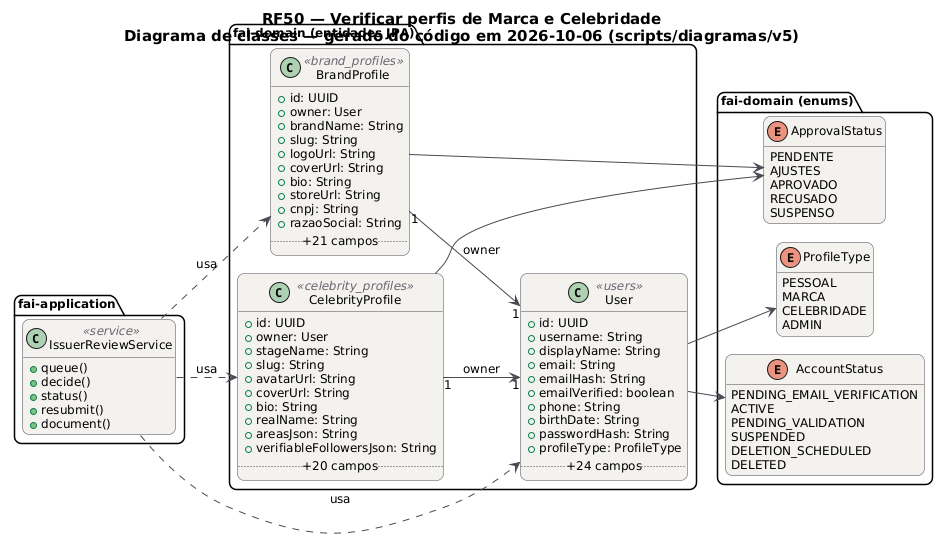
Before: docs/diagramas/RF50/RF50_Classes.png, a diagram exported from PlantUML (MatheusHaliski/tcc-2026-fashion-ai-backend). Its diagram source:
```plantuml
@startuml RF50_Classes
!pragma layout smetana
skinparam backgroundColor #FFFFFF
skinparam shadowing false
skinparam defaultFontName "DejaVu Sans"
skinparam defaultFontSize 12
skinparam titleFontSize 15
skinparam roundcorner 14
skinparam ArrowColor #52606D
skinparam note {
  BackgroundColor #FFFDEB
  BorderColor #D8CE78
  FontColor #554F24
}
skinparam class {
  BackgroundColor #F4F2EF
  BorderColor #4A4852
  ArrowColor #4A4852
  StereotypeFontColor #6B6470
}
hide empty members
left to right direction
title RF50 — Verificar perfis de Marca e Celebridade\nDiagrama de classes — gerado do código em 2026-10-06 (scripts/diagramas/v5)

package "fai-domain (entidades JPA)" {
  class BrandProfile <<brand_profiles>> {
    +id: UUID
    +owner: User
    +brandName: String
    +slug: String
    +logoUrl: String
    +coverUrl: String
    +bio: String
    +storeUrl: String
    +cnpj: String
    +razaoSocial: String
    .. +21 campos ..
  }
  class CelebrityProfile <<celebrity_profiles>> {
    +id: UUID
    +owner: User
    +stageName: String
    +slug: String
    +avatarUrl: String
    +coverUrl: String
    +bio: String
    +realName: String
    +areasJson: String
    +verifiableFollowersJson: String
    .. +20 campos ..
  }
  class User <<users>> {
    +id: UUID
    +username: String
    +displayName: String
    +email: String
    +emailHash: String
    +emailVerified: boolean
    +phone: String
    +birthDate: String
    +passwordHash: String
    +profileType: ProfileType
    .. +24 campos ..
  }
}
package "fai-domain (enums)" {
  enum ApprovalStatus {
    PENDENTE
    AJUSTES
    APROVADO
    RECUSADO
    SUSPENSO
  }
  enum AccountStatus {
    PENDING_EMAIL_VERIFICATION
    ACTIVE
    PENDING_VALIDATION
    SUSPENDED
    DELETION_SCHEDULED
    DELETED
  }
  enum ProfileType {
    PESSOAL
    MARCA
    CELEBRIDADE
    ADMIN
  }
}
package "fai-application" {
  class IssuerReviewService <<service>> {
    +queue()
    +decide()
    +status()
    +resubmit()
    +document()
  }
}
IssuerReviewService ..> BrandProfile : usa
IssuerReviewService ..> CelebrityProfile : usa
IssuerReviewService ..> User : usa
BrandProfile "1" --> "1" User : owner
BrandProfile --> ApprovalStatus
CelebrityProfile "1" --> "1" User : owner
CelebrityProfile --> ApprovalStatus
User --> AccountStatus
User --> ProfileType
@enduml
```
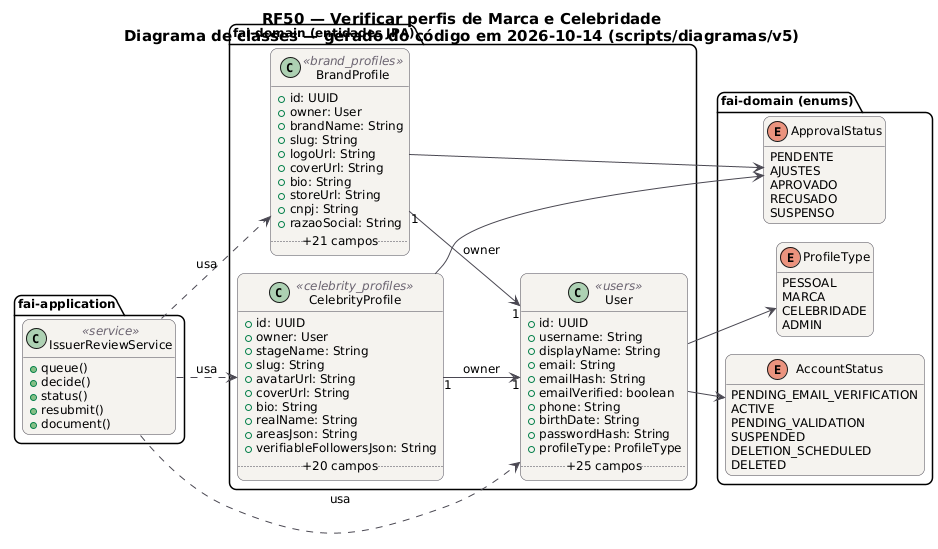
Above is the later version.

Change to the diagram source:
```diff
@@ -20,7 +20,7 @@
 }
 hide empty members
 left to right direction
-title RF50 — Verificar perfis de Marca e Celebridade\nDiagrama de classes — gerado do código em 2026-10-06 (scripts/diagramas/v5)
+title RF50 — Verificar perfis de Marca e Celebridade\nDiagrama de classes — gerado do código em 2026-10-14 (scripts/diagramas/v5)
 
 package "fai-domain (entidades JPA)" {
   class BrandProfile <<brand_profiles>> {
@@ -60,7 +60,7 @@
     +birthDate: String
     +passwordHash: String
     +profileType: ProfileType
-    .. +24 campos ..
+    .. +25 campos ..
   }
 }
 package "fai-domain (enums)" {
```
